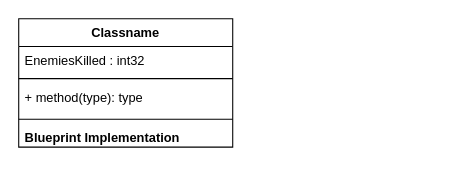
Edge321/DragonsDefense_v2 keeps this draw.io diagram as Design/GameModeDesign.drawio. Above is the earlier version. Source tidied: cells renumbered, new cells numbered last; positions are measured from the earlier drawing's top-left corner, leaving out a move shared by most shapes. Both pictures are drawn from the tidied source at 107%, with x=0, y=0 at pixel (18, 18).
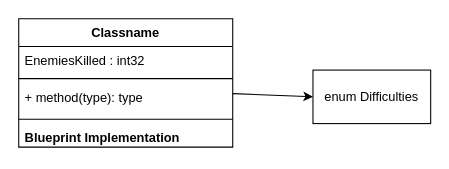
The same diagram, later.

Diff of the diagram source:
```diff
@@
 <mxGraphModel>
   <root>
     <mxCell id="0" />
     <mxCell id="1" parent="0" />
     <mxCell id="2" value="Classname" style="swimlane;fontStyle=1;align=center;verticalAlign=top;horizontal=1;startSize=26;whiteSpace=wrap;html=1;" parent="1" vertex="1">
       <mxGeometry width="200" height="120" as="geometry" />
     </mxCell>
     <mxCell id="3" value="EnemiesKilled : int32&lt;br&gt;" style="text;strokeColor=none;fillColor=none;align=left;verticalAlign=top;spacingLeft=4;spacingRight=4;overflow=hidden;whiteSpace=wrap;html=1;" parent="2" vertex="1">
       <mxGeometry y="26" width="200" height="26" as="geometry" />
     </mxCell>
     <mxCell id="4" style="line;strokeWidth=1;fillColor=none;align=left;verticalAlign=middle;spacingTop=-1;spacingLeft=3;spacingRight=3;labelPosition=right;strokeColor=inherit;" parent="2" vertex="1">
       <mxGeometry y="52" width="200" height="8" as="geometry" />
     </mxCell>
     <mxCell id="5" value="+ method(type): type" style="text;strokeColor=none;fillColor=none;align=left;verticalAlign=top;spacingLeft=4;spacingRight=4;overflow=hidden;whiteSpace=wrap;html=1;" parent="2" vertex="1">
       <mxGeometry y="60" width="200" height="30" as="geometry" />
     </mxCell>
     <mxCell id="6" style="line;strokeWidth=1;fillColor=none;align=left;verticalAlign=middle;spacingTop=-1;spacingLeft=3;spacingRight=3;labelPosition=right;strokeColor=inherit;" parent="2" vertex="1">
       <mxGeometry y="90" width="200" height="8" as="geometry" />
     </mxCell>
     <mxCell id="7" value="&lt;b&gt;Blueprint Implementation&lt;/b&gt;" style="text;strokeColor=none;fillColor=none;align=left;verticalAlign=top;spacingLeft=4;spacingRight=4;overflow=hidden;whiteSpace=wrap;html=1;" parent="2" vertex="1">
       <mxGeometry y="98" width="200" height="22" as="geometry" />
     </mxCell>
+    <mxCell id="8" style="endArrow=classic;html=1;rounded=0;entryX=0;entryY=0.5;entryDx=0;entryDy=0;" parent="1" edge="1" target="9">
+      <mxGeometry relative="1" as="geometry">
+        <mxPoint x="200" y="70" as="sourcePoint" />
+      </mxGeometry>
+    </mxCell>
+    <mxCell id="9" value="enum Difficulties" style="html=1;whiteSpace=wrap;" parent="1" vertex="1">
+      <mxGeometry x="275" y="48" width="110" height="50" as="geometry" />
+    </mxCell>
   </root>
 </mxGraphModel>
```
